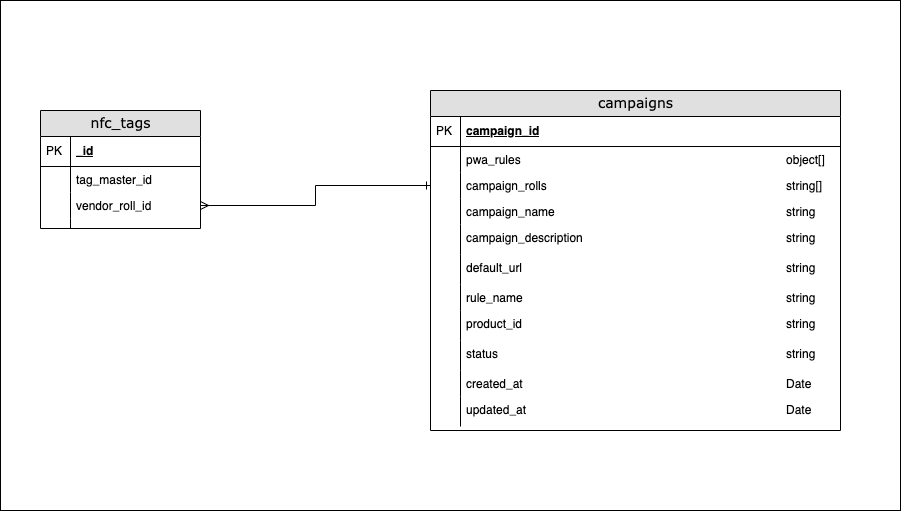
This is tags-middleware/db-diagram.png from proqure/coding-challenges, a draw.io export, as it was before one commit. Source tidied: cells renumbered, new cells last; positions are measured from the earlier drawing's top-left corner, leaving out a move shared by most shapes.
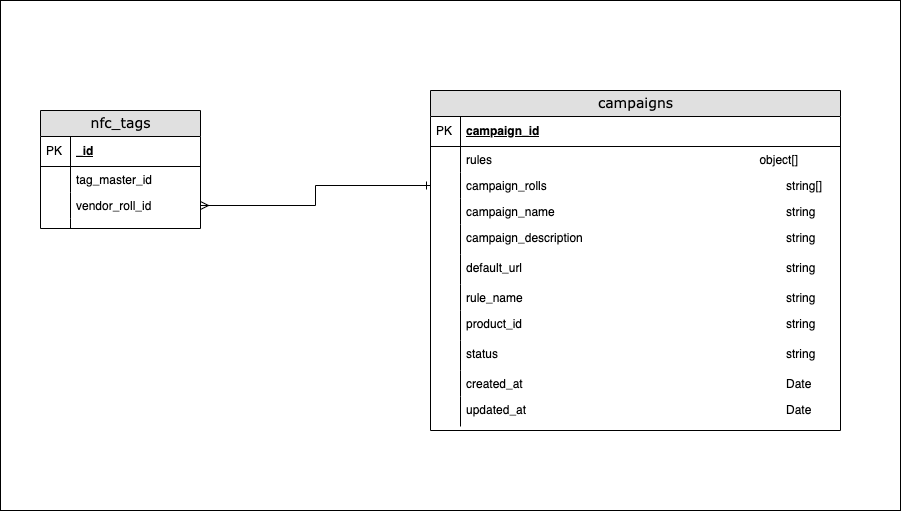
Above is the later version.

The edit, as a diff of the source:
```diff
@@ -41,7 +41,7 @@
     <mxCell id="14" value="PK" style="shape=partialRectangle;top=0;left=0;bottom=0;html=1;fillColor=none;align=left;verticalAlign=middle;spacingLeft=4;spacingRight=4;whiteSpace=wrap;overflow=hidden;" parent="13" vertex="1">
       <mxGeometry width="30" height="30" as="geometry" />
     </mxCell>
-    <mxCell id="15" value="pwa_rules&lt;span style=&quot;white-space: pre&quot;&gt;&#9;&lt;/span&gt;&lt;span style=&quot;white-space: pre&quot;&gt;&#9;&lt;/span&gt;&lt;span style=&quot;white-space: pre&quot;&gt;&#9;&lt;/span&gt;&lt;span style=&quot;white-space: pre&quot;&gt;&#9;&lt;/span&gt;&lt;span style=&quot;white-space: pre&quot;&gt;&#9;&lt;/span&gt;&lt;span style=&quot;white-space: pre&quot;&gt;&#9;&lt;/span&gt;&lt;span style=&quot;white-space: pre&quot;&gt;&#9;&lt;/span&gt;&lt;span style=&quot;white-space: pre&quot;&gt;&#9;&lt;/span&gt;&lt;span style=&quot;white-space: pre&quot;&gt;&#9;&lt;/span&gt;&lt;span style=&quot;white-space: pre&quot;&gt;&#9;&lt;/span&gt;object[]" style="shape=partialRectangle;top=0;left=0;right=0;bottom=0;html=1;align=left;verticalAlign=top;fillColor=none;spacingLeft=34;spacingRight=4;whiteSpace=wrap;overflow=hidden;" parent="12" vertex="1">
+    <mxCell id="15" value="rules&lt;span style=&quot;white-space: pre&quot;&gt;&#9;&lt;/span&gt;&lt;span style=&quot;white-space: pre&quot;&gt;&#9;&lt;/span&gt;&lt;span style=&quot;white-space: pre&quot;&gt;&#9;&lt;/span&gt;&lt;span style=&quot;white-space: pre&quot;&gt;&#9;&lt;/span&gt;&lt;span style=&quot;white-space: pre&quot;&gt;&#9;&lt;/span&gt;&lt;span style=&quot;white-space: pre&quot;&gt;&#9;&lt;/span&gt;&lt;span style=&quot;white-space: pre&quot;&gt;&#9;&lt;/span&gt;&lt;span style=&quot;white-space: pre&quot;&gt;&#9;&lt;/span&gt;&lt;span style=&quot;white-space: pre&quot;&gt;&#9;&lt;/span&gt;&lt;span style=&quot;white-space: pre&quot;&gt;&#9;&lt;/span&gt;object[]" style="shape=partialRectangle;top=0;left=0;right=0;bottom=0;html=1;align=left;verticalAlign=top;fillColor=none;spacingLeft=34;spacingRight=4;whiteSpace=wrap;overflow=hidden;" parent="12" vertex="1">
       <mxGeometry y="56" width="410" height="26" as="geometry" />
     </mxCell>
     <mxCell id="16" style="shape=partialRectangle;top=0;left=0;bottom=0;html=1;fillColor=none;align=left;verticalAlign=top;spacingLeft=4;spacingRight=4;whiteSpace=wrap;overflow=hidden;" parent="15" vertex="1">
```
